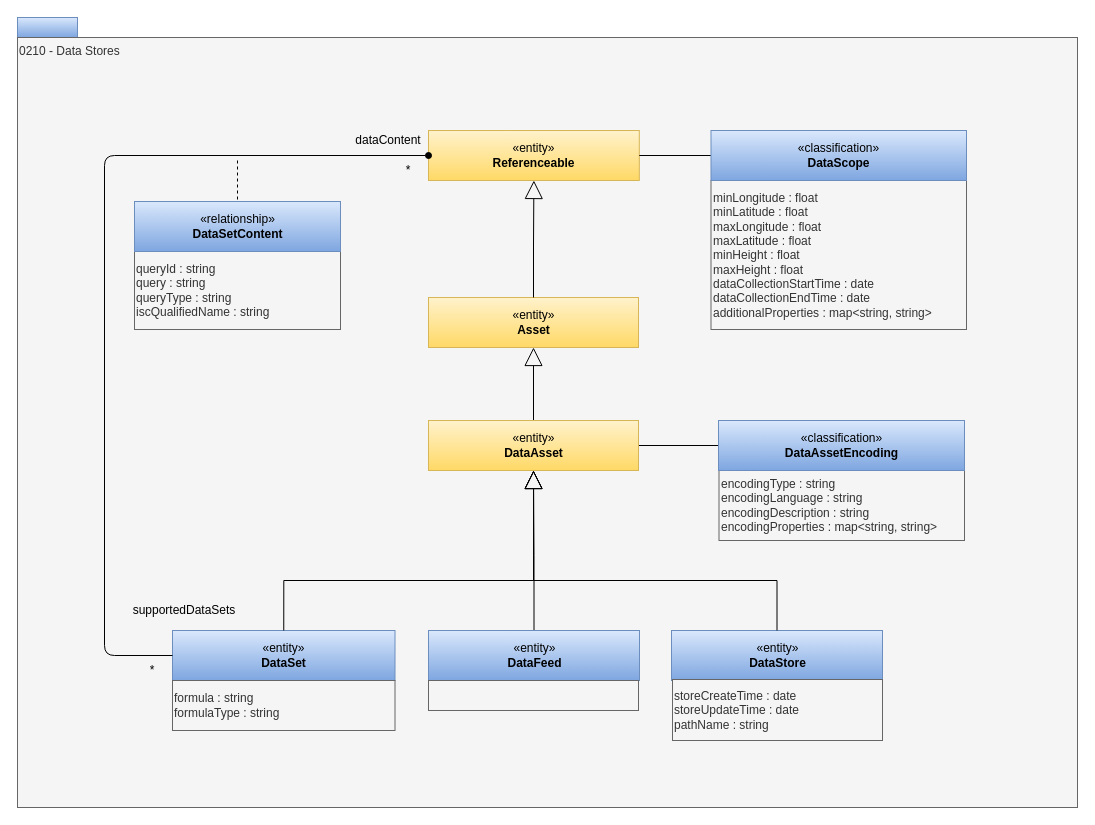
This is page "0210-Data-Stores" (4 of 25) of site/docs/types/2/area-2-assets.drawio from odpi/egeria-docs, a draw.io file, before an edit. Source tidied: cells renumbered, new cells numbered last; positions are measured from the earlier drawing's top-left corner, leaving out a move shared by most shapes. Both pictures are drawn from the tidied source at 100%, with x=0, y=0 at pixel (17, 17).
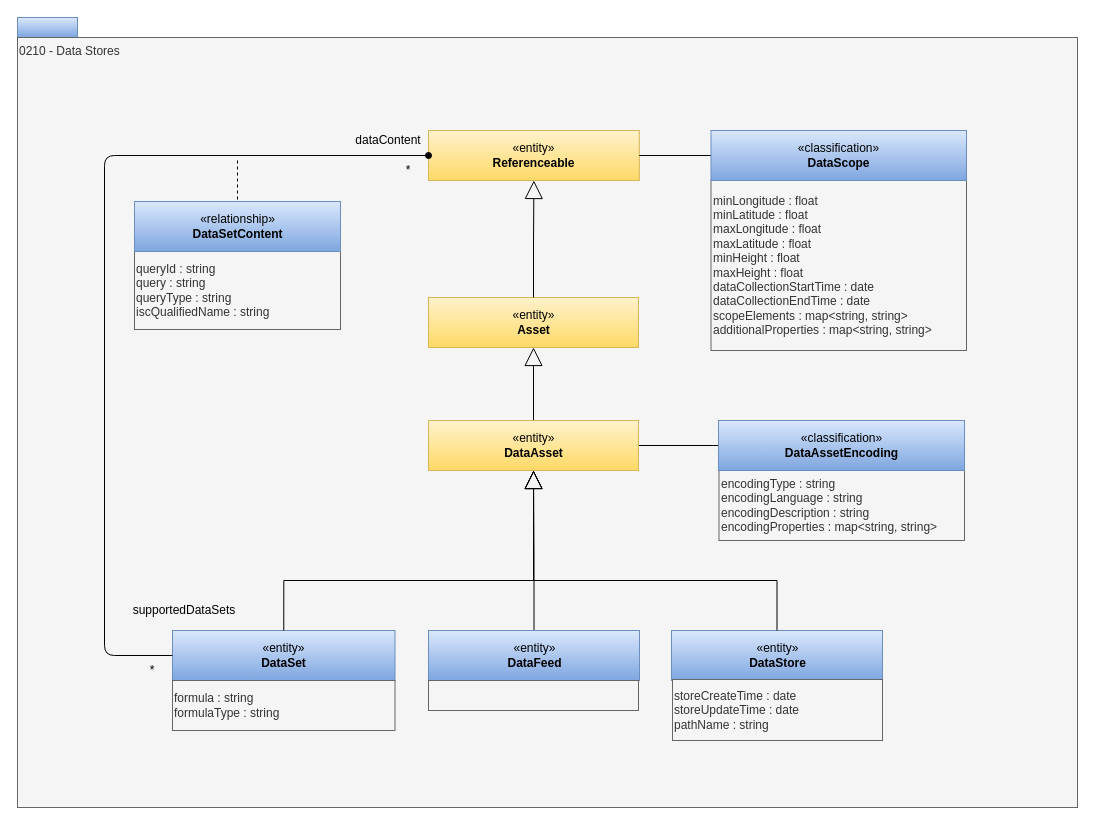
Above is the later version.

The edit, as a diff of the source:
```diff
@@
-    <mxCell id="20" value="minLongitude : float&lt;br&gt;minLatitude : float&lt;br style=&quot;border-color: var(--border-color);&quot;&gt;maxLongitude : float&lt;br style=&quot;border-color: var(--border-color);&quot;&gt;maxLatitude : float&lt;br&gt;minHeight : float&lt;br&gt;maxHeight : float&lt;br&gt;dataCollectionStartTime : date&lt;br&gt;dataCollectionEndTime : date&lt;br&gt;additionalProperties : map&amp;lt;string, string&amp;gt;" style="rounded=0;whiteSpace=wrap;html=1;strokeColor=#666666;align=left;fillColor=#f5f5f5;fontColor=#333333;" parent="1" vertex="1">
-      <mxGeometry x="693.5" y="163" width="255.5" height="149" as="geometry" />
+    <mxCell id="20" value="minLongitude : float&lt;br&gt;minLatitude : float&lt;br style=&quot;border-color: var(--border-color);&quot;&gt;maxLongitude : float&lt;br style=&quot;border-color: var(--border-color);&quot;&gt;maxLatitude : float&lt;br&gt;minHeight : float&lt;br&gt;maxHeight : float&lt;br&gt;dataCollectionStartTime : date&lt;br&gt;dataCollectionEndTime : date&lt;div&gt;scopeElements : map&amp;lt;string, string&amp;gt;&lt;/div&gt;&lt;div&gt;additionalProperties : map&amp;lt;string, string&amp;gt;&lt;/div&gt;" style="rounded=0;whiteSpace=wrap;html=1;strokeColor=#666666;align=left;fillColor=#f5f5f5;fontColor=#333333;" parent="1" vertex="1">
+      <mxGeometry x="693.5" y="163" width="255.5" height="170" as="geometry" />
     </mxCell>
```
